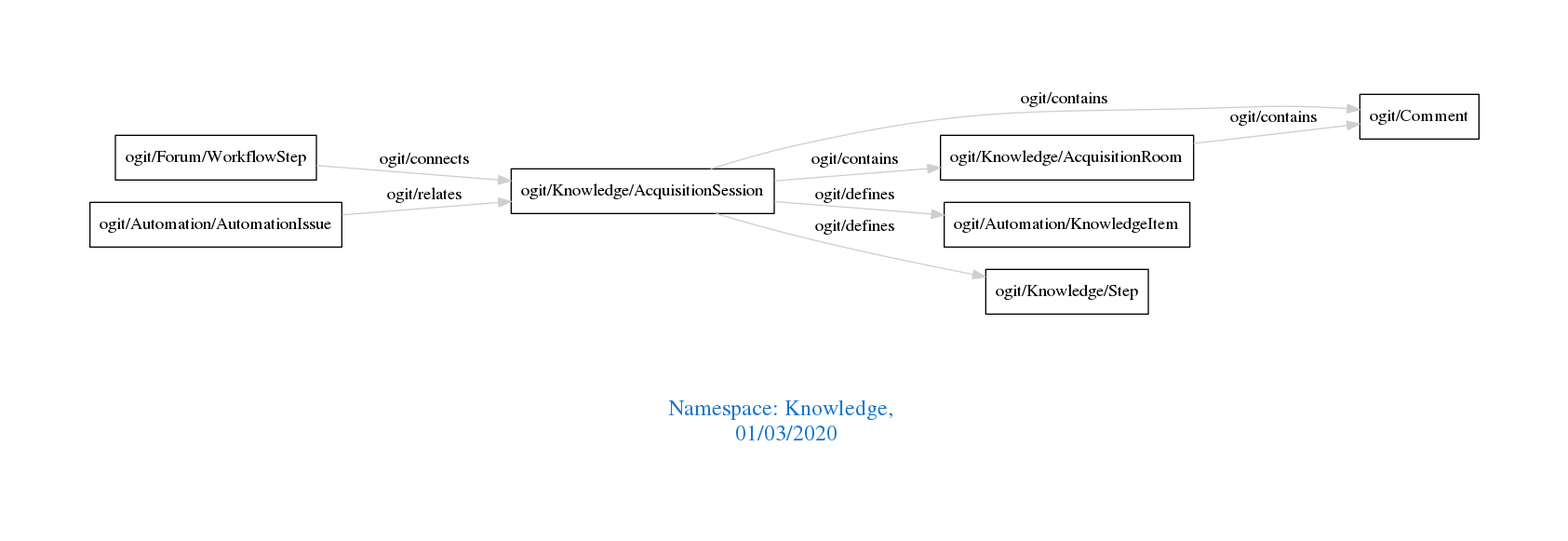
Before: downloads/Knowledge.png, a diagram exported from Graphviz (arago/OGIT). Its source is kept beside it as downloads/Knowledge.dot.
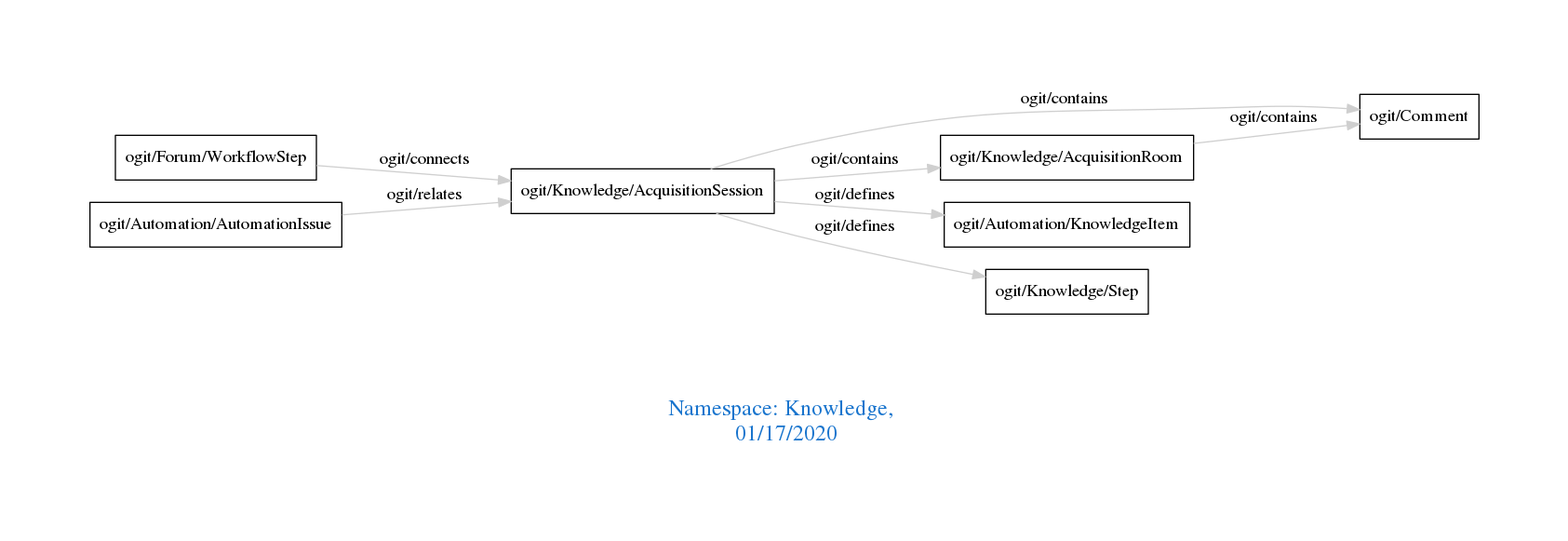
Later version of the same file.

What changed in the source:
```diff
@@ -1,7 +1,7 @@
 digraph OGIT_ontology {
  graph [ rankdir= LR,pad=1
 fontsize = 18,
-fontcolor= dodgerblue3,label = "\n\n\nNamespace: Knowledge, \n 01/03/2020"];
+fontcolor= dodgerblue3,label = "\n\n\nNamespace: Knowledge, \n 01/17/2020"];
 node[shape=polygon];
 edge [  color="gray81"];
 
```
